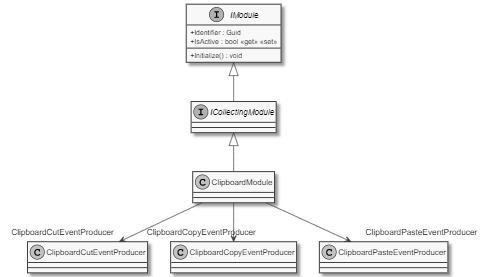
The PlantUML diagram documents/sd/resources/Classes/Modules/Clipboard/ClipboardModule.png in insightmind/MORR, before a commit. Its source is kept beside it as documents/sd/plantuml/application/Modules/Clipboard/ClipboardModule.puml. Source of this version:
```plantuml
@startuml
skinparam monochrome true
skinparam classAttributeIconSize 0

class ClipboardModule {
}
interface ICollectingModule
ICollectingModule <|-- ClipboardModule

interface IModule {
    + Identifier : Guid
    + IsActive : bool <<get>> <<set>>
    + Initialize() : void
}

IModule <|-- ICollectingModule
ClipboardModule --> "  ClipboardCutEventProducer" ClipboardCutEventProducer
ClipboardModule --> "ClipboardCopyEventProducer" ClipboardCopyEventProducer
ClipboardModule --> "   ClipboardPasteEventProducer" ClipboardPasteEventProducer
@enduml
```
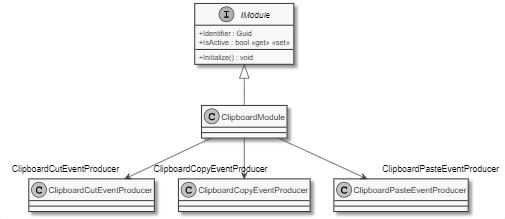
After the commit.

Commit message:
Remove ICollectingModule from diagrams

The edit, as a diff of the source:
```diff
@@ -4,8 +4,7 @@
 
 class ClipboardModule {
 }
-interface ICollectingModule
-ICollectingModule <|-- ClipboardModule
+
 
 interface IModule {
     + Identifier : Guid
@@ -13,7 +12,7 @@
     + Initialize() : void
 }
 
-IModule <|-- ICollectingModule
+IModule <|-- ClipboardModule
 ClipboardModule --> "  ClipboardCutEventProducer" ClipboardCutEventProducer
 ClipboardModule --> "ClipboardCopyEventProducer" ClipboardCopyEventProducer
 ClipboardModule --> "   ClipboardPasteEventProducer" ClipboardPasteEventProducer
```
